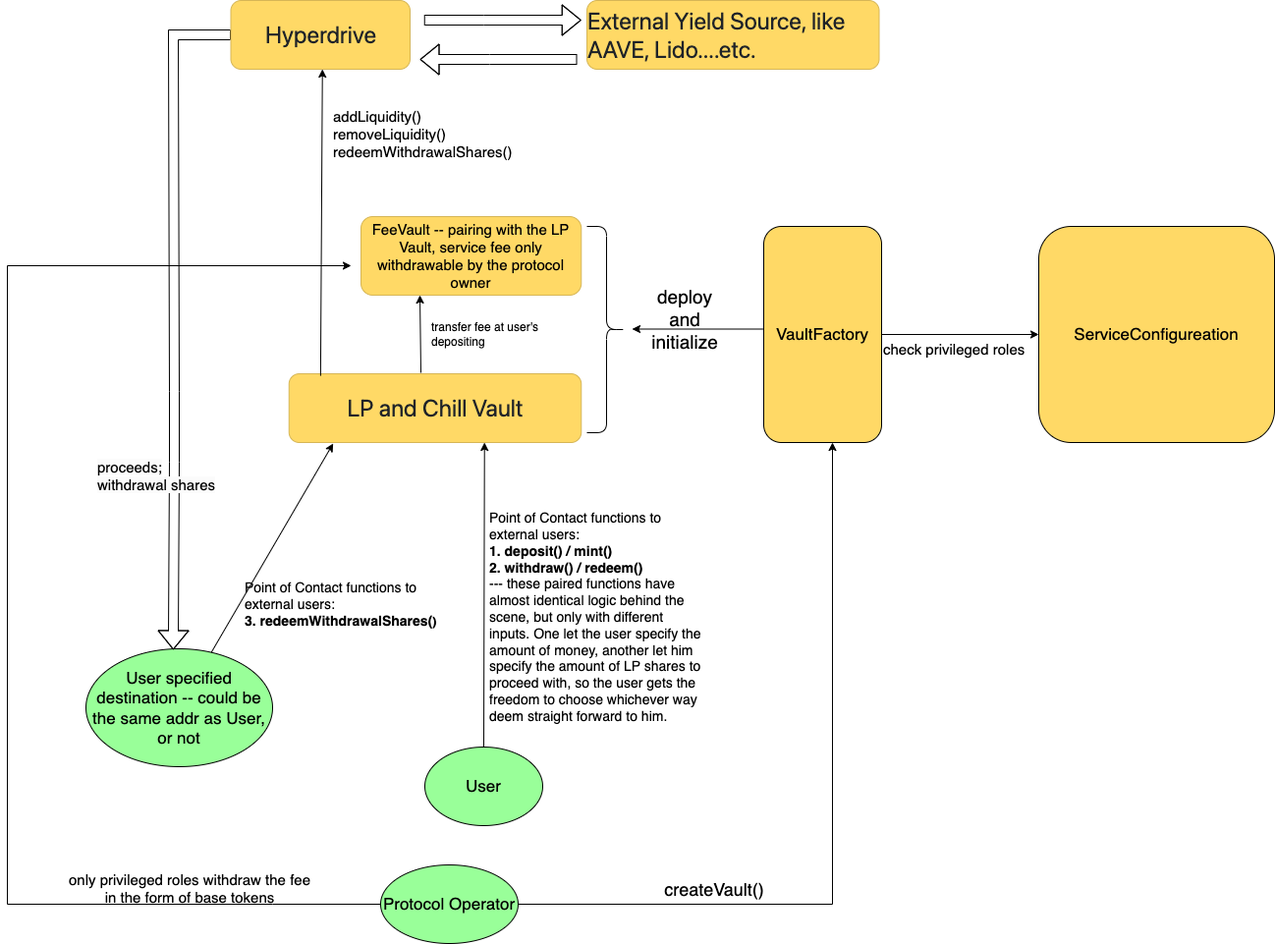
Above: architecture.png in delvtech/protocol-takehome (draw.io), before the change. Source tidied: cells renumbered, new cells last; positions are measured from the earlier drawing's top-left corner, leaving out a move shared by most shapes.
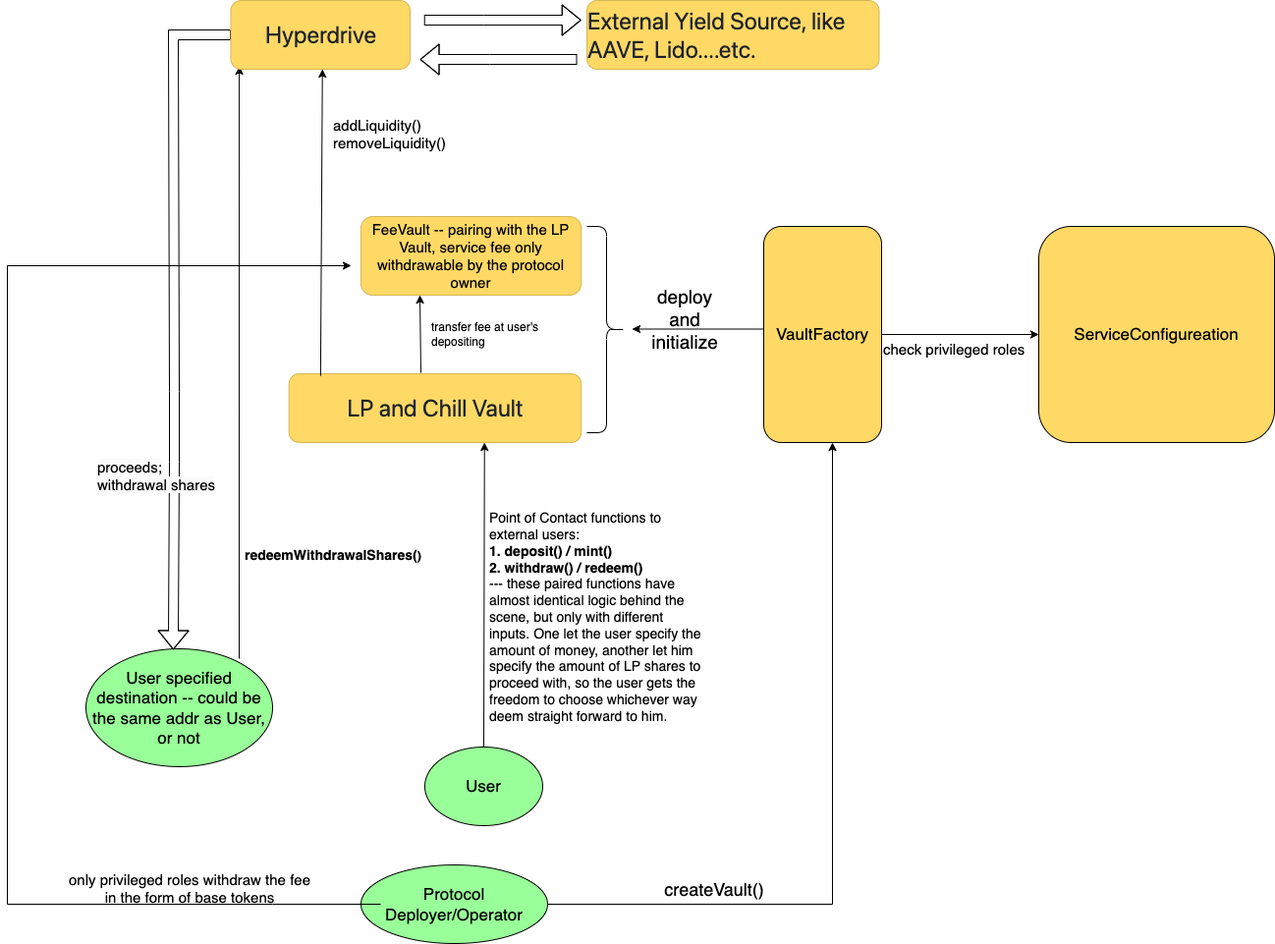
After the commit.

Change to the diagram source:
```diff
@@ -23,8 +23,8 @@
     <mxCell id="7" value="&lt;font style=&quot;font-size: 19px;&quot;&gt;d&lt;/font&gt;&lt;span style=&quot;font-size: 19px; background-color: initial;&quot;&gt;eploy and initialize&lt;/span&gt;" style="text;html=1;align=center;verticalAlign=middle;whiteSpace=wrap;rounded=0;" parent="1" vertex="1">
       <mxGeometry x="660" y="310" width="60" height="30" as="geometry" />
     </mxCell>
-    <mxCell id="8" value="&lt;font style=&quot;font-size: 17px;&quot;&gt;Protocol Operator&lt;/font&gt;" style="ellipse;whiteSpace=wrap;html=1;fillColor=#99FF99;" parent="1" vertex="1">
-      <mxGeometry x="380" y="880" width="140" height="80" as="geometry" />
+    <mxCell id="8" value="&lt;font style=&quot;font-size: 17px;&quot;&gt;Protocol Deployer/Operator&lt;/font&gt;" style="ellipse;whiteSpace=wrap;html=1;fillColor=#99FF99;" parent="1" vertex="1">
+      <mxGeometry x="360" y="880" width="190" height="80" as="geometry" />
     </mxCell>
     <mxCell id="9" style="endArrow=classic;html=1;rounded=0;exitX=1;exitY=0.5;exitDx=0;exitDy=0;" parent="1" edge="1" source="8">
       <mxGeometry relative="1" as="geometry">
@@ -56,8 +56,10 @@
     <mxCell id="15" value="&lt;div style=&quot;text-align: left; font-size: 14px;&quot;&gt;&lt;span style=&quot;background-color: initial;&quot;&gt;&lt;font style=&quot;font-size: 14px;&quot;&gt;Point of Contact functions to external users:&lt;/font&gt;&lt;/span&gt;&lt;/div&gt;&lt;div style=&quot;text-align: left; font-size: 14px;&quot;&gt;&lt;span style=&quot;background-color: initial;&quot;&gt;&lt;font style=&quot;font-size: 14px;&quot;&gt;&lt;b&gt;1. deposit() / mint()&lt;/b&gt;&lt;/font&gt;&lt;/span&gt;&lt;/div&gt;&lt;div style=&quot;text-align: left; font-size: 14px;&quot;&gt;&lt;span style=&quot;background-color: initial;&quot;&gt;&lt;font style=&quot;font-size: 14px;&quot;&gt;&lt;b&gt;2. withdraw() / redeem()&lt;/b&gt;&amp;nbsp;&lt;/font&gt;&lt;/span&gt;&lt;/div&gt;&lt;div style=&quot;text-align: left; font-size: 14px;&quot;&gt;&lt;span style=&quot;background-color: initial;&quot;&gt;&lt;font style=&quot;font-size: 14px;&quot;&gt;--- these paired functions have almost identical logic behind the scene, but only with different inputs. One let the user specify the amount of money, another let him specify the amount of LP shares to proceed with, so the user gets the freedom to choose whichever way deem straight forward to him.&lt;/font&gt;&lt;/span&gt;&lt;/div&gt;&lt;div&gt;&lt;div&gt;&lt;br&gt;&lt;/div&gt;&lt;/div&gt;" style="text;html=1;align=center;verticalAlign=middle;whiteSpace=wrap;rounded=0;" parent="1" vertex="1">
       <mxGeometry x="490" y="620" width="220" height="30" as="geometry" />
     </mxCell>
-    <mxCell id="16" style="endArrow=classic;html=1;rounded=0;entryX=0.151;entryY=1.014;entryDx=0;entryDy=0;entryPerimeter=0;" parent="1" edge="1" source="13" target="2">
-      <mxGeometry relative="1" as="geometry" />
+    <mxCell id="16" style="endArrow=classic;html=1;rounded=0;entryX=0.047;entryY=0.957;entryDx=0;entryDy=0;entryPerimeter=0;" parent="1" edge="1" target="20">
+      <mxGeometry relative="1" as="geometry">
+        <mxPoint x="236" y="670" as="sourcePoint" />
+      </mxGeometry>
     </mxCell>
     <mxCell id="17" style="shape=flexArrow;endArrow=classic;html=1;rounded=0;entryX=0.468;entryY=0.008;entryDx=0;entryDy=0;entryPerimeter=0;exitX=0;exitY=0.5;exitDx=0;exitDy=0;" parent="1" edge="1" source="20" target="13">
       <mxGeometry relative="1" as="geometry">
@@ -68,8 +70,8 @@
         </Array>
       </mxGeometry>
     </mxCell>
-    <mxCell id="18" value="&lt;font style=&quot;font-size: 14px;&quot;&gt;Point of Contact functions to external users:&lt;/font&gt;&lt;div style=&quot;font-size: 14px;&quot;&gt;&lt;font style=&quot;font-size: 14px;&quot;&gt;&lt;b style=&quot;&quot;&gt;&lt;font style=&quot;font-size: 14px;&quot;&gt;3. redeemWithdrawalShares(&lt;/font&gt;&lt;span style=&quot;font-size: 13px;&quot;&gt;)&lt;/span&gt;&lt;/b&gt;&lt;/font&gt;&lt;/div&gt;" style="text;html=1;align=left;verticalAlign=middle;whiteSpace=wrap;rounded=0;" parent="1" vertex="1">
-      <mxGeometry x="240" y="600" width="210" height="30" as="geometry" />
+    <mxCell id="18" value="&lt;div style=&quot;font-size: 14px;&quot;&gt;&lt;font style=&quot;font-size: 14px;&quot;&gt;&lt;b style=&quot;&quot;&gt;&lt;font style=&quot;font-size: 14px;&quot;&gt;redeemWithdrawalShares(&lt;/font&gt;&lt;span style=&quot;font-size: 13px;&quot;&gt;)&lt;/span&gt;&lt;/b&gt;&lt;/font&gt;&lt;/div&gt;" style="text;html=1;align=left;verticalAlign=middle;whiteSpace=wrap;rounded=0;" parent="1" vertex="1">
+      <mxGeometry x="240" y="550" width="210" height="30" as="geometry" />
     </mxCell>
     <mxCell id="19" value="&lt;span style=&quot;color: rgb(0, 0, 0); font-family: Helvetica; font-style: normal; font-variant-ligatures: normal; font-variant-caps: normal; font-weight: 400; letter-spacing: normal; orphans: 2; text-align: center; text-indent: 0px; text-transform: none; widows: 2; word-spacing: 0px; -webkit-text-stroke-width: 0px; white-space: normal; background-color: rgb(251, 251, 251); text-decoration-thickness: initial; text-decoration-style: initial; text-decoration-color: initial; float: none; display: inline !important; font-size: 15px;&quot;&gt;&lt;font style=&quot;font-size: 15px;&quot;&gt;proceeds;&lt;/font&gt;&lt;/span&gt;&lt;div style=&quot;font-size: 15px;&quot;&gt;&lt;span style=&quot;color: rgb(0, 0, 0); font-family: Helvetica; font-style: normal; font-variant-ligatures: normal; font-variant-caps: normal; font-weight: 400; letter-spacing: normal; orphans: 2; text-align: center; text-indent: 0px; text-transform: none; widows: 2; word-spacing: 0px; -webkit-text-stroke-width: 0px; white-space: normal; background-color: rgb(251, 251, 251); text-decoration-thickness: initial; text-decoration-style: initial; text-decoration-color: initial; float: none; display: inline !important;&quot;&gt;&lt;font style=&quot;font-size: 15px;&quot;&gt;withdrawal shares&lt;/font&gt;&lt;/span&gt;&lt;/div&gt;" style="text;whiteSpace=wrap;html=1;" parent="1" vertex="1">
       <mxGeometry x="90" y="460" width="160" height="40" as="geometry" />
@@ -82,7 +84,7 @@
         <mxPoint x="320.8" y="70" as="targetPoint" />
       </mxGeometry>
     </mxCell>
-    <mxCell id="22" value="&lt;font style=&quot;font-size: 15px;&quot;&gt;addLiquidity()&lt;/font&gt;&lt;div style=&quot;font-size: 15px;&quot;&gt;&lt;font style=&quot;font-size: 15px;&quot;&gt;removeLiquidity()&lt;/font&gt;&lt;/div&gt;&lt;div style=&quot;font-size: 15px;&quot;&gt;&lt;font style=&quot;font-size: 15px;&quot;&gt;redeemWithdrawalShares()&lt;br&gt;&lt;/font&gt;&lt;div&gt;&lt;br&gt;&lt;/div&gt;&lt;/div&gt;" style="text;html=1;align=left;verticalAlign=middle;whiteSpace=wrap;rounded=0;" parent="1" vertex="1">
+    <mxCell id="22" value="&lt;font style=&quot;font-size: 15px;&quot;&gt;addLiquidity()&lt;/font&gt;&lt;div style=&quot;font-size: 15px;&quot;&gt;&lt;font style=&quot;font-size: 15px;&quot;&gt;removeLiquidity()&lt;/font&gt;&lt;/div&gt;&lt;div style=&quot;font-size: 15px;&quot;&gt;&lt;div&gt;&lt;br&gt;&lt;/div&gt;&lt;/div&gt;" style="text;html=1;align=left;verticalAlign=middle;whiteSpace=wrap;rounded=0;" parent="1" vertex="1">
       <mxGeometry x="330" y="130" width="190" height="30" as="geometry" />
     </mxCell>
     <mxCell id="23" value="&lt;div style=&quot;text-align: start;&quot;&gt;&lt;span style=&quot;color: rgb(31, 35, 40); font-family: -apple-system, &amp;quot;system-ui&amp;quot;, &amp;quot;Segoe UI&amp;quot;, &amp;quot;Noto Sans&amp;quot;, Helvetica, Arial, sans-serif, &amp;quot;Apple Color Emoji&amp;quot;, &amp;quot;Segoe UI Emoji&amp;quot;; background-color: rgb(255, 217, 102);&quot;&gt;&lt;font style=&quot;font-size: 24px;&quot;&gt;External Yield Source, like AAVE, Lido....etc.&lt;/font&gt;&lt;/span&gt;&lt;/div&gt;" style="rounded=1;whiteSpace=wrap;html=1;fillColor=#FFD966;strokeColor=#d6b656;" parent="1" vertex="1">
```
